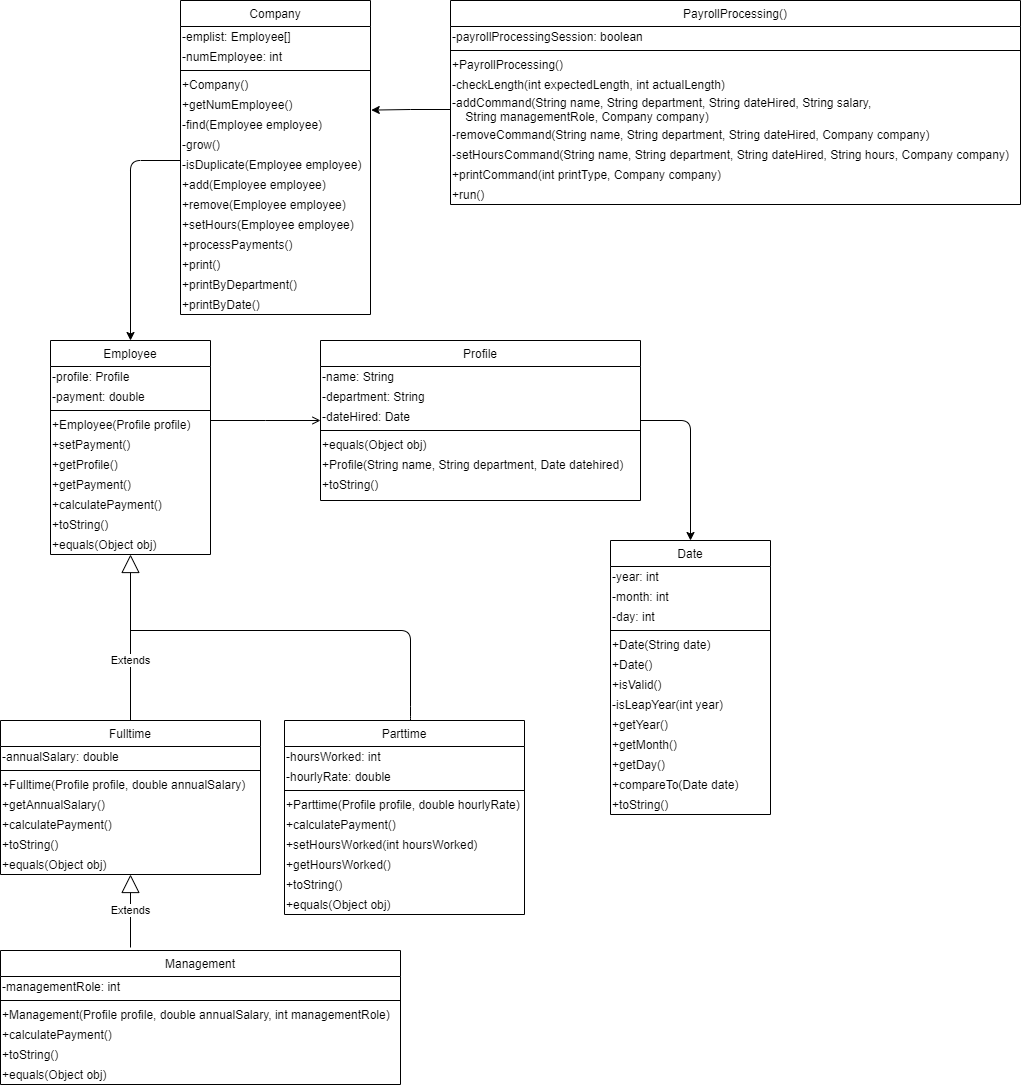
This is Project2ClassDiagram.png from DavidTaeHa/Payroll-Processing, a draw.io export, as it was before one commit. Source tidied: cells renumbered, new cells last; positions are measured from the earlier drawing's top-left corner, leaving out a move shared by most shapes.
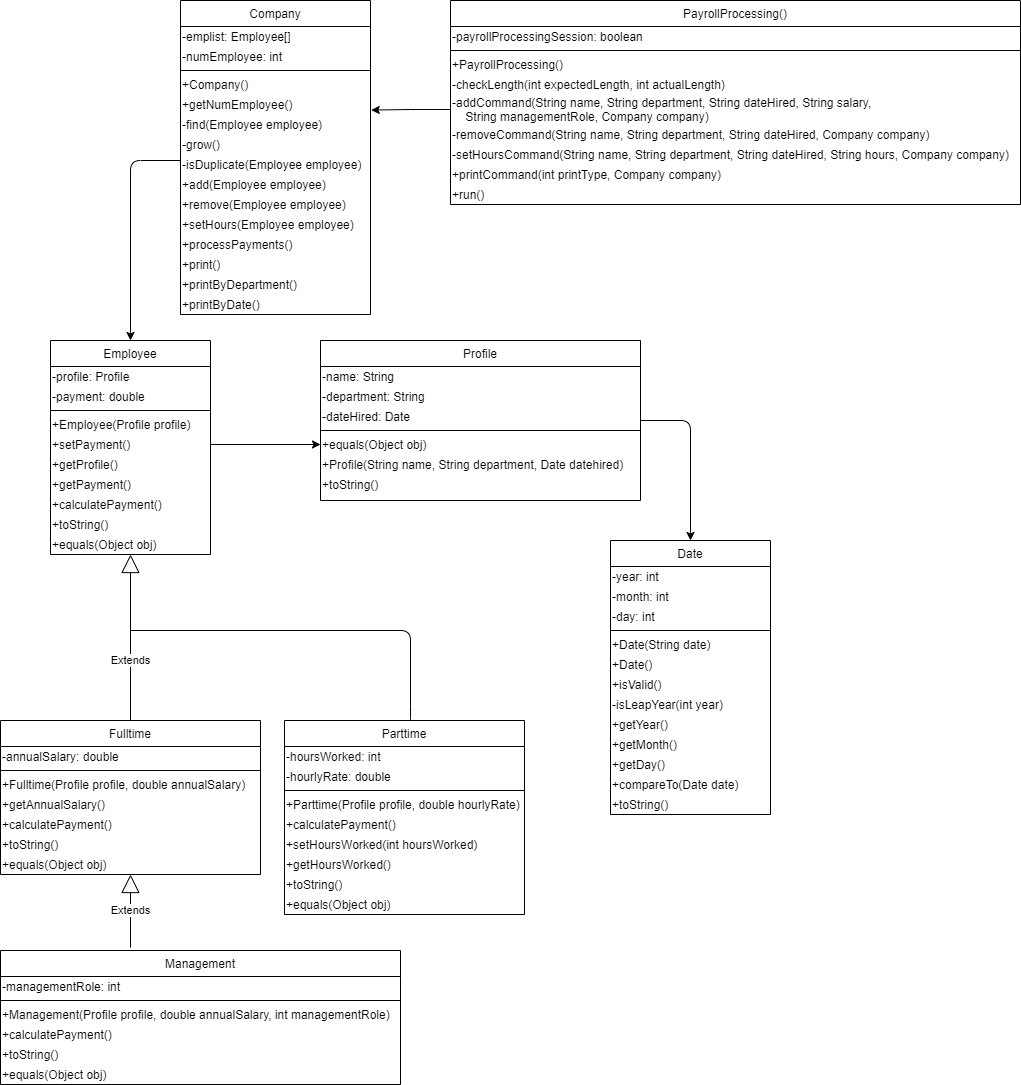
The same diagram one commit later.

Change to the diagram source:
```diff
@@ -113,11 +113,6 @@
     <mxCell id="38" value="&lt;span style=&quot;&quot;&gt;+toString()&lt;/span&gt;" style="text;html=1;align=left;verticalAlign=middle;" parent="31" vertex="1">
       <mxGeometry y="134" width="320" height="20" as="geometry" />
     </mxCell>
-    <mxCell id="39" style="endArrow=open;shadow=0;strokeWidth=1;rounded=0;endFill=1;edgeStyle=elbowEdgeStyle;elbow=vertical;" parent="1" edge="1" source="2" target="31">
-      <mxGeometry x="0.5" y="41" relative="1" as="geometry">
-        <mxPoint x="-40" y="32" as="offset" />
-      </mxGeometry>
-    </mxCell>
     <mxCell id="40" value="Date" style="swimlane;fontStyle=0;align=center;verticalAlign=top;horizontal=1;startSize=26;html=0;" parent="1" vertex="1">
       <mxGeometry x="610" y="540" width="160" height="274" as="geometry" />
     </mxCell>
@@ -296,5 +291,8 @@
     <mxCell id="92" style="edgeStyle=orthogonalEdgeStyle;rounded=0;jettySize=auto;html=1;entryX=1.004;entryY=0.78;entryDx=0;entryDy=0;entryPerimeter=0;" parent="1" edge="1" source="87" target="70">
       <mxGeometry relative="1" as="geometry" />
     </mxCell>
+    <mxCell id="93" style="edgeStyle=orthogonalEdgeStyle;rounded=0;jettySize=auto;html=1;" parent="1" edge="1" source="7" target="36">
+      <mxGeometry relative="1" as="geometry" />
+    </mxCell>
   </root>
 </mxGraphModel>
```
